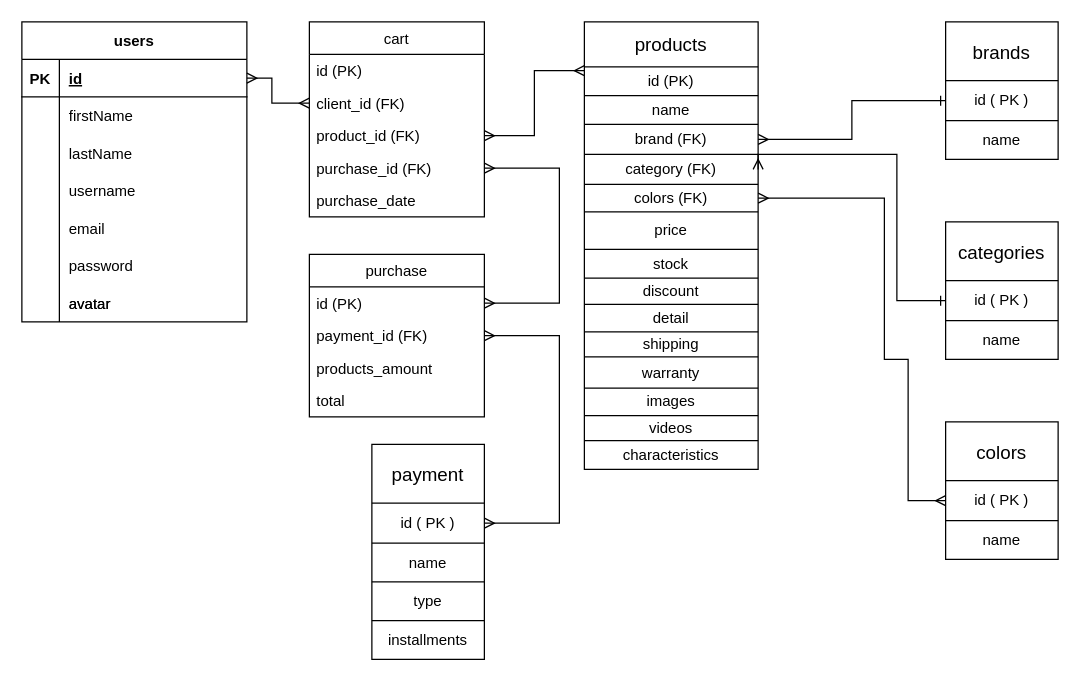
Above: db_diagrams/db_diagram.drawio in teosordo/grupo_3_mat (draw.io), before the change. Source tidied: cells renumbered, new cells numbered last; positions are measured from the earlier drawing's top-left corner, leaving out a move shared by most shapes. Both pictures are drawn from the tidied source at 125%, with x=0, y=0 at pixel (21, 21).
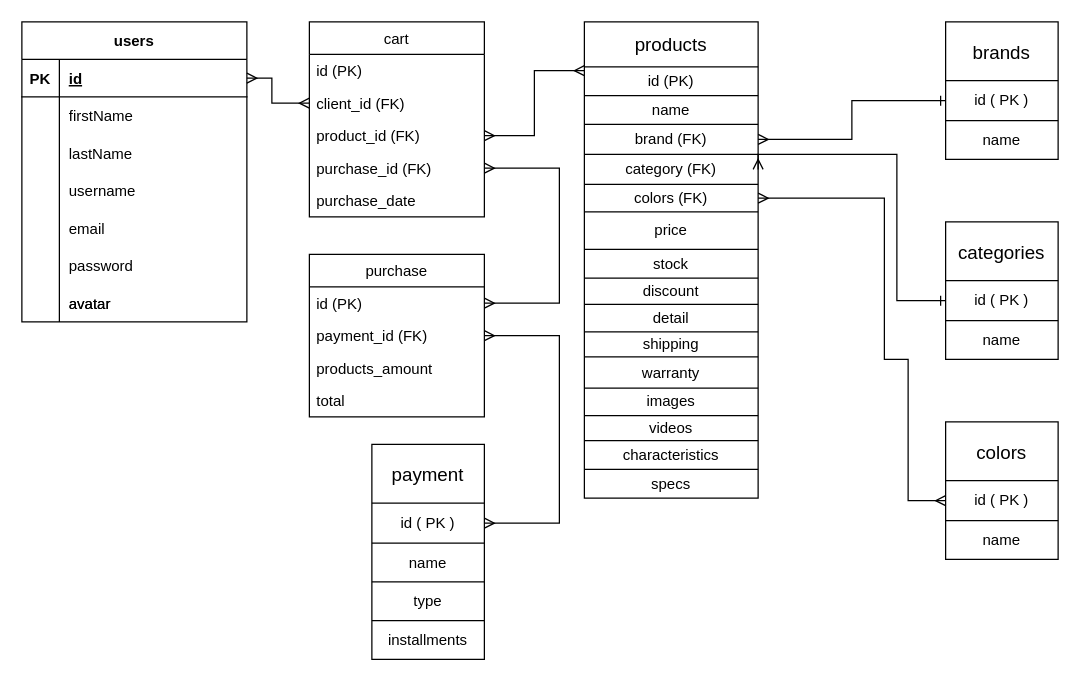
The same page after the edit.

Diff of the diagram source:
```diff
@@
     <mxCell id="24" style="shape=table;startSize=0;childLayout=tableLayout;perimeterSpacing=0;strokeWidth=1;" parent="1" vertex="1">
-      <mxGeometry x="450" width="139" height="358" as="geometry" />
+      <mxGeometry x="450" width="139" height="381" as="geometry" />
     </mxCell>
@@
+    <mxCell id="108" style="shape=partialRectangle;fillColor=none;top=0;left=0;bottom=0;right=0;" parent="24" vertex="1">
+      <mxGeometry y="358" width="139" height="23" as="geometry" />
+    </mxCell>
+    <mxCell id="109" value="specs" style="shape=partialRectangle;html=1;whiteSpace=wrap;overflow=hidden;fillColor=none;top=0;left=0;bottom=0;right=0;" parent="108" vertex="1">
+      <mxGeometry width="139" height="23" as="geometry" />
+    </mxCell>
```
